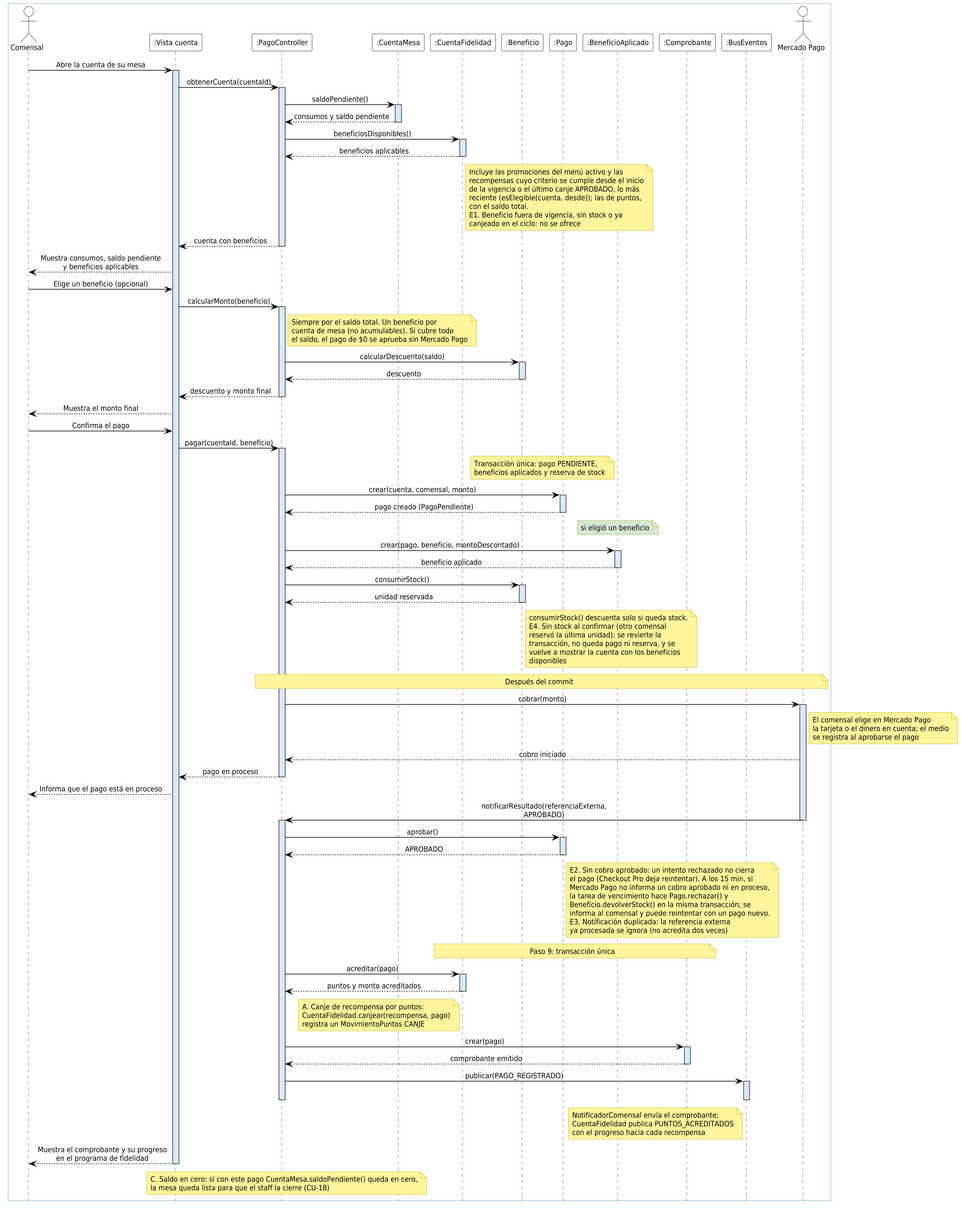
The PlantUML diagram docs/modelos/secuencia/CU-06-pagar-cuenta/v1/cu-06-secuencia-v1.png in GabrielLigresti/TFG-PGIM, before a commit.
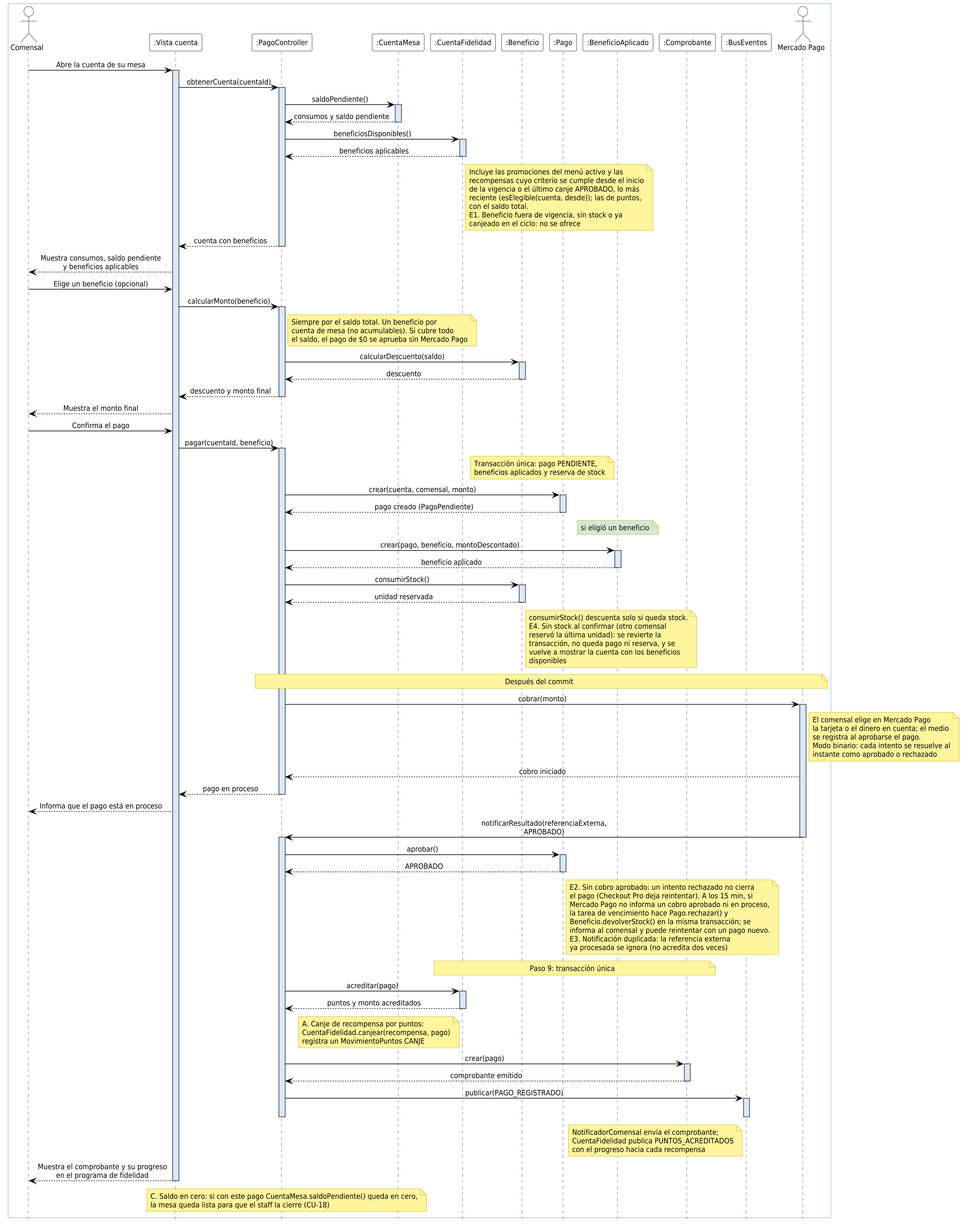
Above is the later version.

Commit message:
Registrar en los modelos el modo binario de Mercado Pago

What changed in the source:
```diff
@@ -89,7 +89,7 @@
 note right of B : consumirStock() descuenta solo si queda stock.\nE4. Sin stock al confirmar (otro comensal\nreservó la última unidad): se revierte la\ntransacción, no queda pago ni reserva, y se\nvuelve a mostrar la cuenta con los beneficios\ndisponibles
 note over PGC, MP : Después del commit
 PGC -> MP : cobrar(monto)
-note right of MP : El comensal elige en Mercado Pago\nla tarjeta o el dinero en cuenta; el medio\nse registra al aprobarse el pago
+note right of MP : El comensal elige en Mercado Pago\nla tarjeta o el dinero en cuenta; el medio\nse registra al aprobarse el pago.\nModo binario: cada intento se resuelve al\ninstante como aprobado o rechazado
 activate MP
 MP --> PGC : cobro iniciado
 PGC --> V : pago en proceso
```
